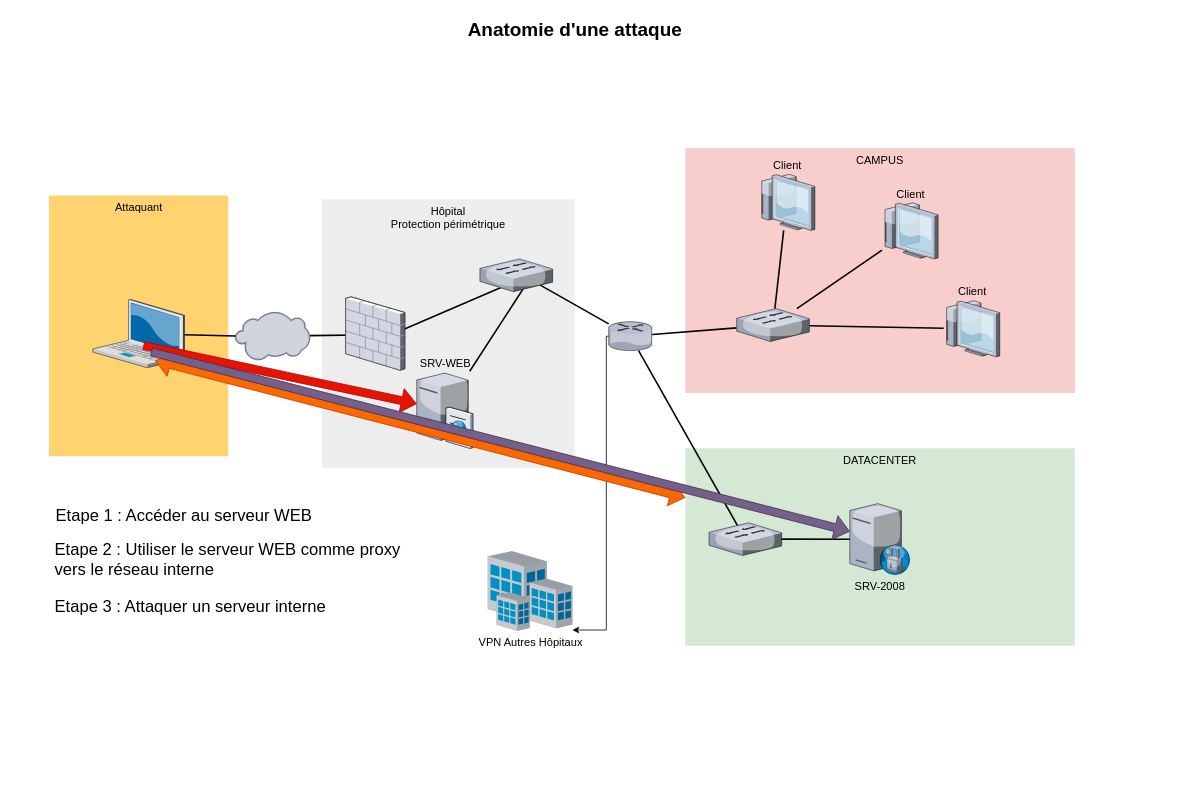
Above: anatomie-attack-etape3.drawio in ebsd/drawio (draw.io), before the change. Source tidied: cells renumbered, new cells numbered last; positions are measured from the earlier drawing's top-left corner, leaving out a move shared by most shapes. Both pictures are drawn from the tidied source at 79%, with x=0, y=0 at pixel (48, 13).
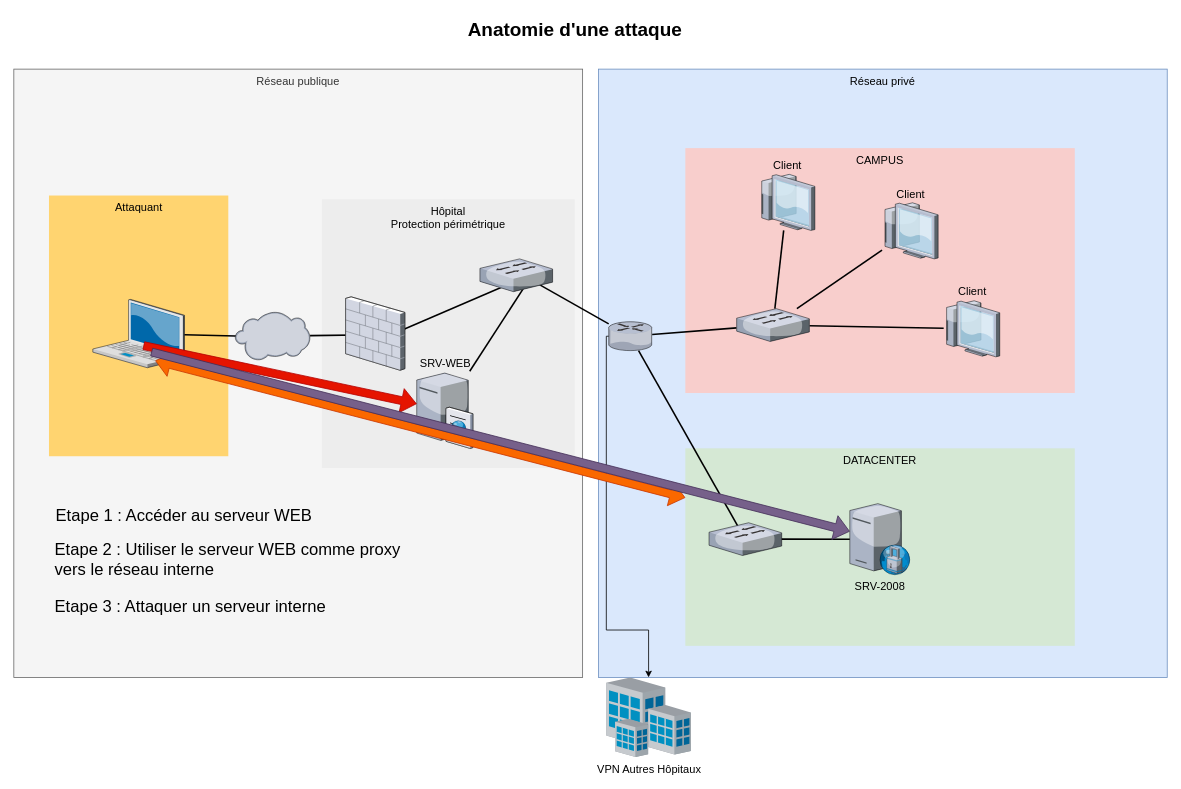
The same page after the edit.

Diff of the diagram source:
```diff
@@
+    <mxCell id="38" value="Réseau privé" style="whiteSpace=wrap;html=1;fillColor=#dae8fc;fontSize=14;strokeColor=#6c8ebf;verticalAlign=top;" parent="1" vertex="1">
+      <mxGeometry x="696" y="70" width="720" height="770" as="geometry" />
+    </mxCell>
+    <mxCell id="39" value="Réseau publique" style="whiteSpace=wrap;html=1;fillColor=#f5f5f5;fontSize=14;strokeColor=#666666;verticalAlign=top;fontColor=#333333;" parent="1" vertex="1">
+      <mxGeometry x="-44" y="70" width="720" height="770" as="geometry" />
+    </mxCell>
@@
     <mxCell id="22" value="VPN Autres Hôpitaux" style="verticalLabelPosition=bottom;html=1;verticalAlign=top;strokeColor=none;shape=mxgraph.citrix.site;fillColor=#66B2FF;gradientColor=#0066CC;fontSize=14;" parent="1" vertex="1">
-      <mxGeometry x="556" y="680" width="107" height="101" as="geometry" />
+      <mxGeometry x="706" y="840" width="107" height="101" as="geometry" />
     </mxCell>
```
